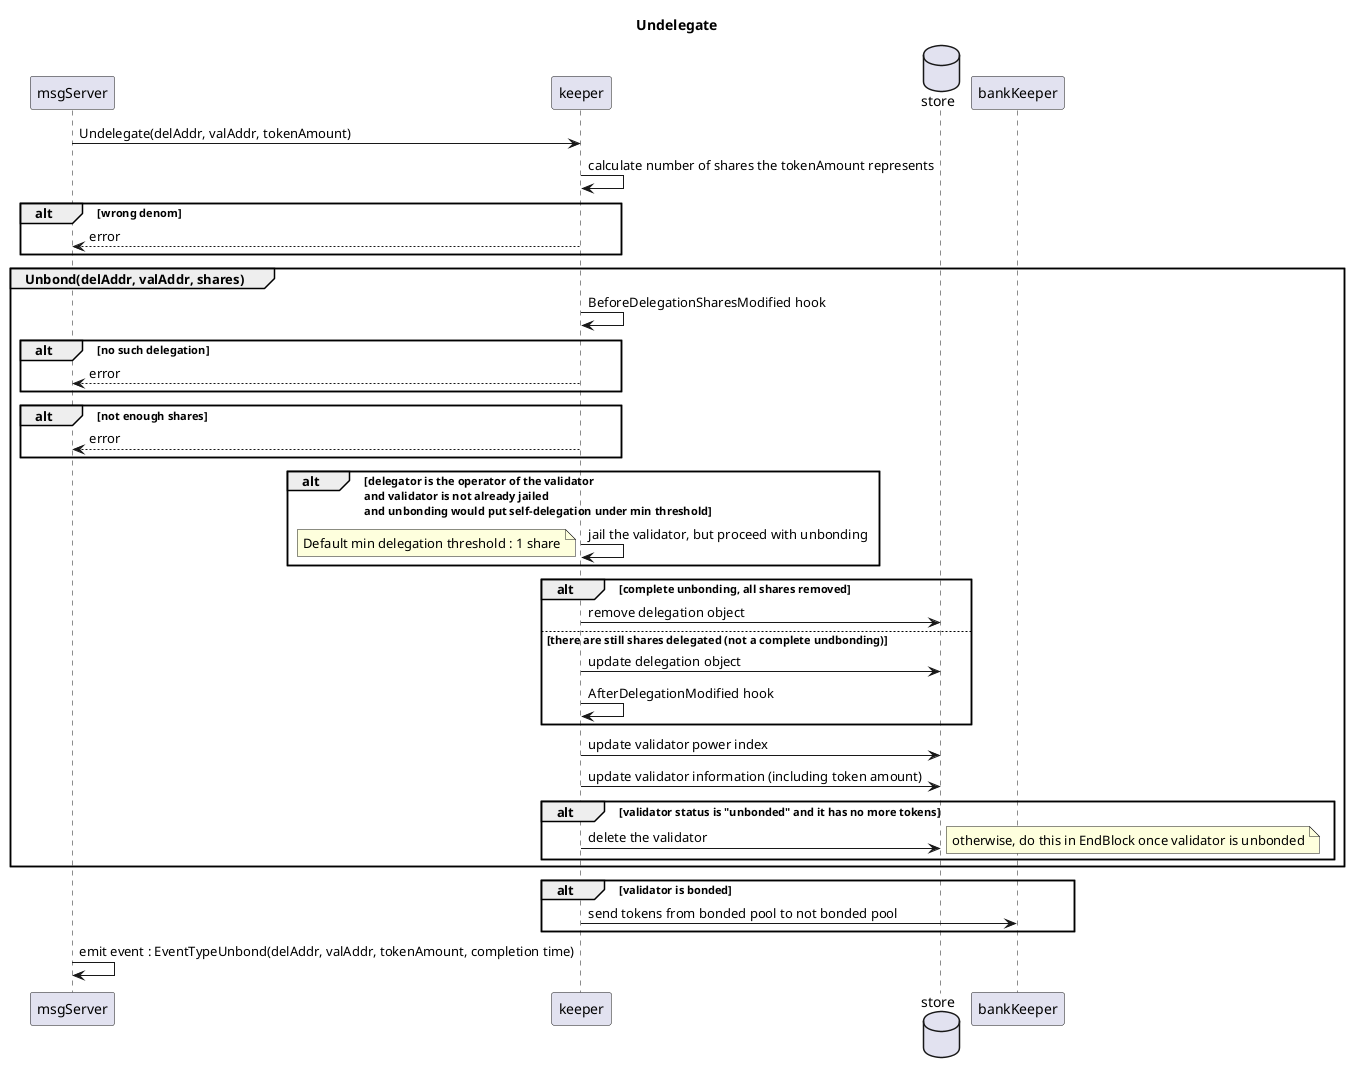
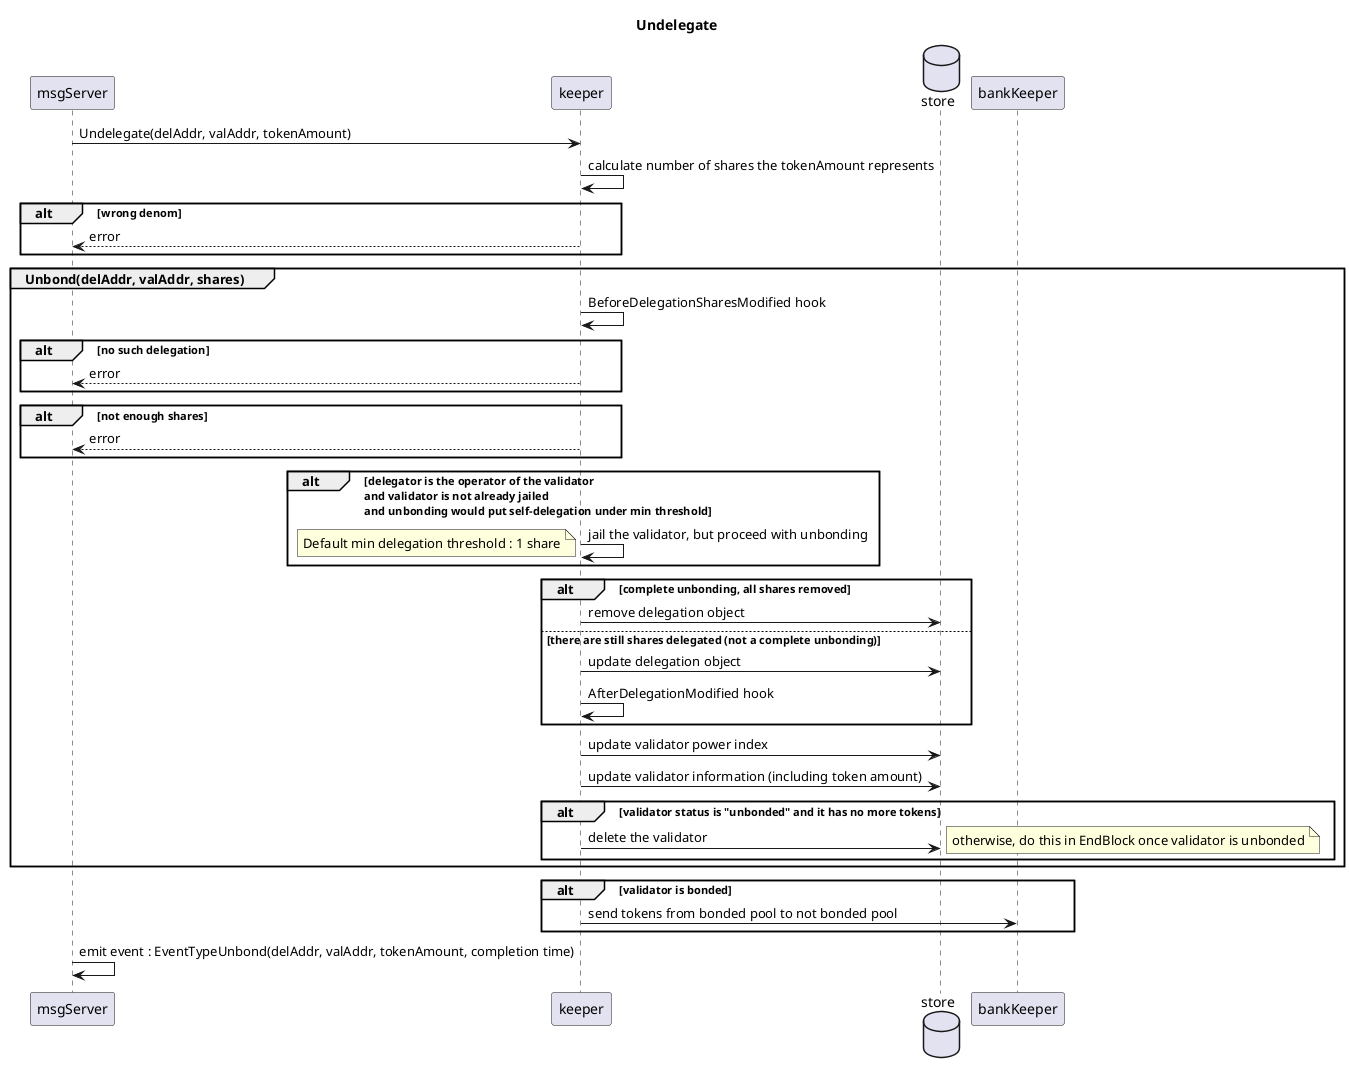
@startuml
'https://plantuml.com/sequence-diagram

title: Undelegate

msgServer -> keeper : Undelegate(delAddr, valAddr, tokenAmount)

keeper -> keeper : calculate number of shares the tokenAmount represents

alt wrong denom
    msgServer <-- keeper : error
end

group Unbond(delAddr, valAddr, shares)
    keeper -> keeper: BeforeDelegationSharesModified hook
    alt no such delegation
        keeper --> msgServer : error
    end
    alt not enough shares
        keeper --> msgServer : error
    end
    alt delegator is the operator of the validator\nand validator is not already jailed\nand unbonding would put self-delegation under min threshold
                keeper -> keeper : jail the validator, but proceed with unbonding
                note left : Default min delegation threshold : 1 share
    end

    database store

    alt complete unbonding, all shares removed
        keeper -> store : remove delegation object
-     else there are still shares delegated (not a complete undbonding)
+     else there are still shares delegated (not a complete unbonding)
        keeper -> store : update delegation object
        keeper -> keeper : AfterDelegationModified hook
    end

    keeper -> store : update validator power index
    keeper -> store : update validator information (including token amount)

    alt validator status is "unbonded" and it has no more tokens
       keeper -> store : delete the validator
       note right : otherwise, do this in EndBlock once validator is unbonded
    end
end

alt validator is bonded
    keeper -> bankKeeper : send tokens from bonded pool to not bonded pool
end

msgServer -> msgServer : emit event : EventTypeUnbond(delAddr, valAddr, tokenAmount, completion time)

@enduml
